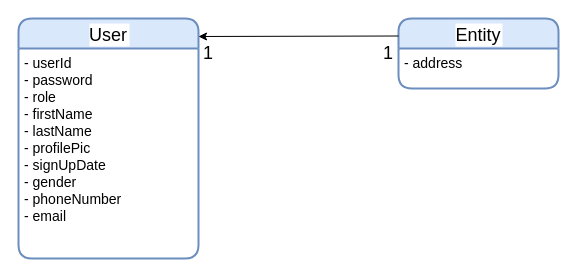
This is doc/class diagrams/HS-Class-Diagram-Iteration-3.drawio from pokai-huang0828/cstp1206_home_salon_project, a draw.io file, before an edit. Source tidied: cells renumbered, new cells numbered last; positions are measured from the earlier drawing's top-left corner, leaving out a move shared by most shapes. Both pictures are drawn from the tidied source at 100%, with x=0, y=0 at pixel (18, 18).
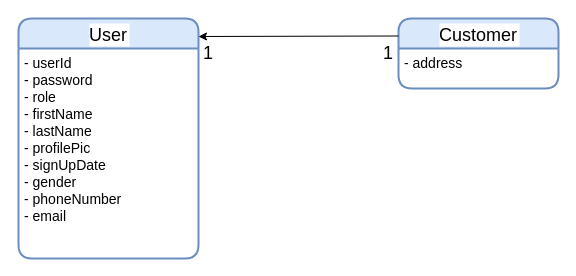
After the change.

Commit message (it also covers changes not shown here):
Updated class diagram

Diff of the diagram source:
```diff
@@
 <mxGraphModel>
   <root>
     <mxCell id="0" />
     <mxCell id="1" parent="0" />
     <mxCell id="2" value="User" style="swimlane;horizontal=1;startSize=30;rounded=1;fontSize=18;fontStyle=0;strokeWidth=2;shadow=0;dashed=0;align=center;labelBackgroundColor=#FFFFFF;fillColor=#dae8fc;strokeColor=#6c8ebf;" parent="1" vertex="1">
       <mxGeometry width="180" height="240" as="geometry" />
     </mxCell>
     <mxCell id="3" value="- userId&#10;- password&#10;- role&#10;- firstName&#10;- lastName&#10;- profilePic&#10;- signUpDate&#10;- gender&#10;- phoneNumber&#10;- email" style="align=left;strokeColor=none;fillColor=none;spacingLeft=4;fontSize=14;verticalAlign=top;" parent="2" vertex="1">
       <mxGeometry y="30" width="180" height="210" as="geometry" />
     </mxCell>
-    <mxCell id="4" value="Entity" style="swimlane;horizontal=1;startSize=30;rounded=1;fontSize=18;fontStyle=0;strokeWidth=2;shadow=0;dashed=0;align=center;labelBackgroundColor=#FFFFFF;fillColor=#dae8fc;strokeColor=#6c8ebf;" parent="1" vertex="1">
+    <mxCell id="4" value="Customer" style="swimlane;horizontal=1;startSize=30;rounded=1;fontSize=18;fontStyle=0;strokeWidth=2;shadow=0;dashed=0;align=center;labelBackgroundColor=#FFFFFF;fillColor=#dae8fc;strokeColor=#6c8ebf;" parent="1" vertex="1">
       <mxGeometry x="380" width="160" height="70" as="geometry" />
     </mxCell>
     <mxCell id="5" value="- address" style="align=left;strokeColor=none;fillColor=none;spacingLeft=4;fontSize=14;verticalAlign=top;" parent="4" vertex="1">
       <mxGeometry y="30" width="160" height="40" as="geometry" />
     </mxCell>
     <mxCell id="6" style="endArrow=classic;html=1;fontSize=18;exitX=0;exitY=0.25;exitDx=0;exitDy=0;" parent="1" edge="1" source="4">
       <mxGeometry relative="1" as="geometry">
         <mxPoint x="180" y="18" as="targetPoint" />
       </mxGeometry>
     </mxCell>
     <mxCell id="7" value="1" style="text;html=1;strokeColor=none;fillColor=none;align=center;verticalAlign=middle;whiteSpace=wrap;rounded=0;labelBackgroundColor=#FFFFFF;fontSize=18;" parent="1" vertex="1">
       <mxGeometry x="170" y="25" width="40" height="20" as="geometry" />
     </mxCell>
     <mxCell id="8" value="1" style="text;html=1;strokeColor=none;fillColor=none;align=center;verticalAlign=middle;whiteSpace=wrap;rounded=0;labelBackgroundColor=#FFFFFF;fontSize=18;" parent="1" vertex="1">
       <mxGeometry x="350" y="25" width="40" height="20" as="geometry" />
     </mxCell>
   </root>
 </mxGraphModel>
```
